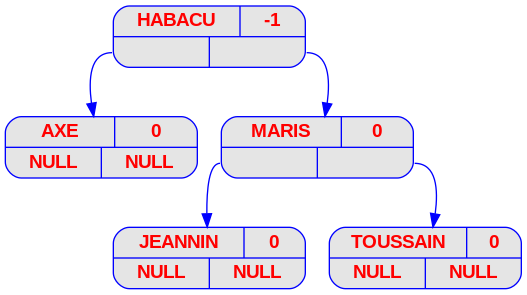
Above: ex1/img/png/prenoms_v04.png in danilorodrigues128/FilRougeAAP (Graphviz), before the change. Its source is kept beside it as ex1/img/dot/prenoms_v04.dot. The source it was exported from:
```dot
digraph prenoms {
	node [
		fontname  = "Arial bold"
		fontsize  = "14"
		fontcolor = "red"
		style     = "rounded, filled"
		shape     = "record"
		fillcolor = "grey90"
		color     = "blue"
		width     = "2"
	]

	edge [
		color     = "blue"
	]

	HABACU [label = "{{<c> HABACU | <b> -1} | { <g> | <d>}}"];
	HABACU:g -> AXE;
	AXE [label = "{{<c> AXE | <b> 0} | { <g> | <d>}}"];
	AXE [label = "{{<c> AXE | <b> 0} | { <g> NULL | <d> NULL}}"];
	HABACU:d -> MARIS;
	MARIS [label = "{{<c> MARIS | <b> 0} | { <g> | <d>}}"];
	MARIS:g -> JEANNIN;
	JEANNIN [label = "{{<c> JEANNIN | <b> 0} | { <g> | <d>}}"];
	JEANNIN [label = "{{<c> JEANNIN | <b> 0} | { <g> NULL | <d> NULL}}"];
	MARIS:d -> TOUSSAIN;
	TOUSSAIN [label = "{{<c> TOUSSAIN | <b> 0} | { <g> | <d>}}"];
	TOUSSAIN [label = "{{<c> TOUSSAIN | <b> 0} | { <g> NULL | <d> NULL}}"];
}
```
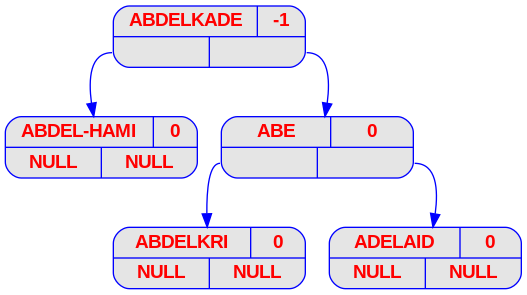
The same file after the commit.

The edit, as a diff of the source:
```diff
@@ -14,16 +14,16 @@
 		color     = "blue"
 	]
 
-	HABACU [label = "{{<c> HABACU | <b> -1} | { <g> | <d>}}"];
-	HABACU:g -> AXE;
-	AXE [label = "{{<c> AXE | <b> 0} | { <g> | <d>}}"];
-	AXE [label = "{{<c> AXE | <b> 0} | { <g> NULL | <d> NULL}}"];
-	HABACU:d -> MARIS;
-	MARIS [label = "{{<c> MARIS | <b> 0} | { <g> | <d>}}"];
-	MARIS:g -> JEANNIN;
-	JEANNIN [label = "{{<c> JEANNIN | <b> 0} | { <g> | <d>}}"];
-	JEANNIN [label = "{{<c> JEANNIN | <b> 0} | { <g> NULL | <d> NULL}}"];
-	MARIS:d -> TOUSSAIN;
-	TOUSSAIN [label = "{{<c> TOUSSAIN | <b> 0} | { <g> | <d>}}"];
-	TOUSSAIN [label = "{{<c> TOUSSAIN | <b> 0} | { <g> NULL | <d> NULL}}"];
+	"ABDELKADE" [label = "{{<c> ABDELKADE | <b> -1} | { <g> | <d>}}"];
+	"ABDELKADE":g -> "ABDEL-HAMI";
+	"ABDEL-HAMI" [label = "{{<c> ABDEL-HAMI | <b> 0} | { <g> | <d>}}"];
+	"ABDEL-HAMI" [label = "{{<c> ABDEL-HAMI | <b> 0} | { <g> NULL | <d> NULL}}"];
+	"ABDELKADE":d -> "ABE";
+	"ABE" [label = "{{<c> ABE | <b> 0} | { <g> | <d>}}"];
+	"ABE":g -> "ABDELKRI";
+	"ABDELKRI" [label = "{{<c> ABDELKRI | <b> 0} | { <g> | <d>}}"];
+	"ABDELKRI" [label = "{{<c> ABDELKRI | <b> 0} | { <g> NULL | <d> NULL}}"];
+	"ABE":d -> "ADELAID";
+	"ADELAID" [label = "{{<c> ADELAID | <b> 0} | { <g> | <d>}}"];
+	"ADELAID" [label = "{{<c> ADELAID | <b> 0} | { <g> NULL | <d> NULL}}"];
 }
```
